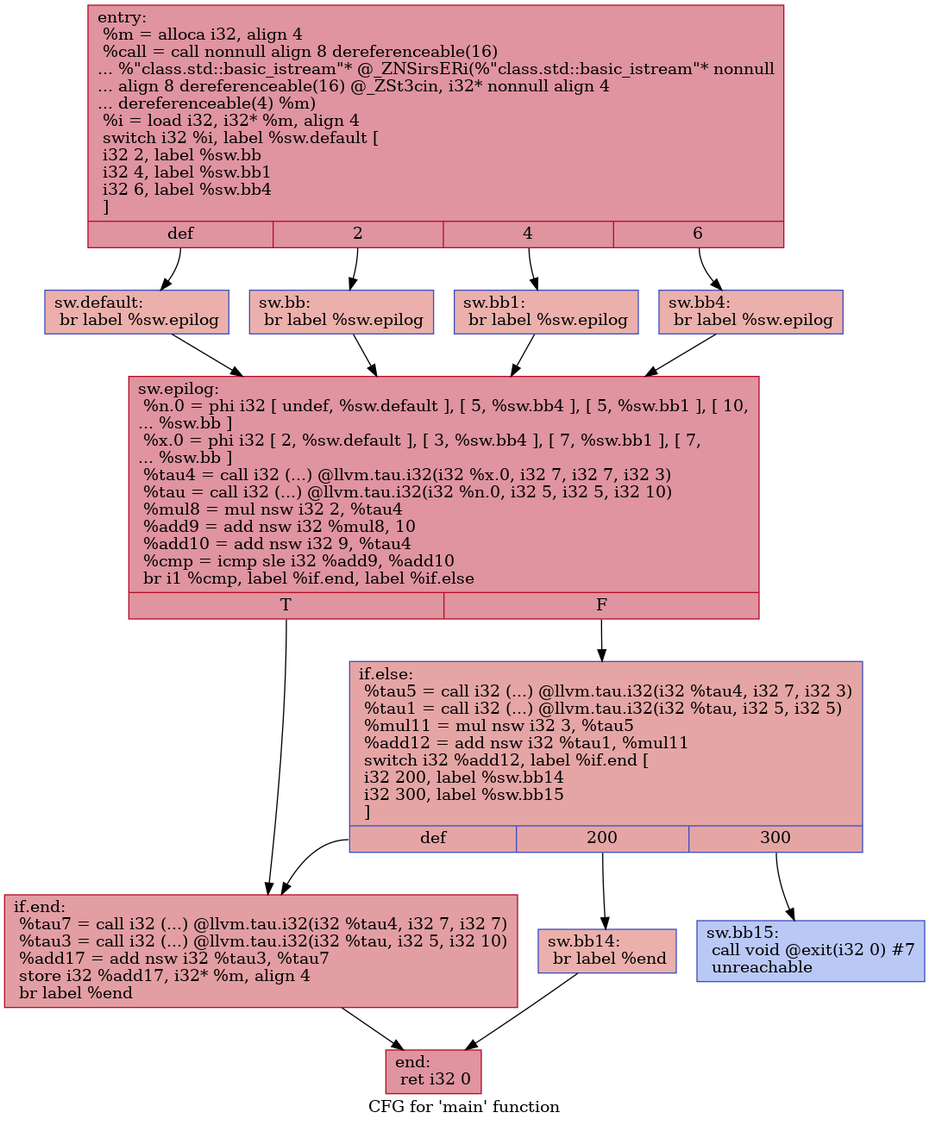
Above: IR/cfg/SCCP_HPSSA.dot.png in HPSSA-LLVM/HPSSA-LLVM (Graphviz), before the change. Its source is kept beside it as IR/cfg/SCCP_HPSSA.dot.
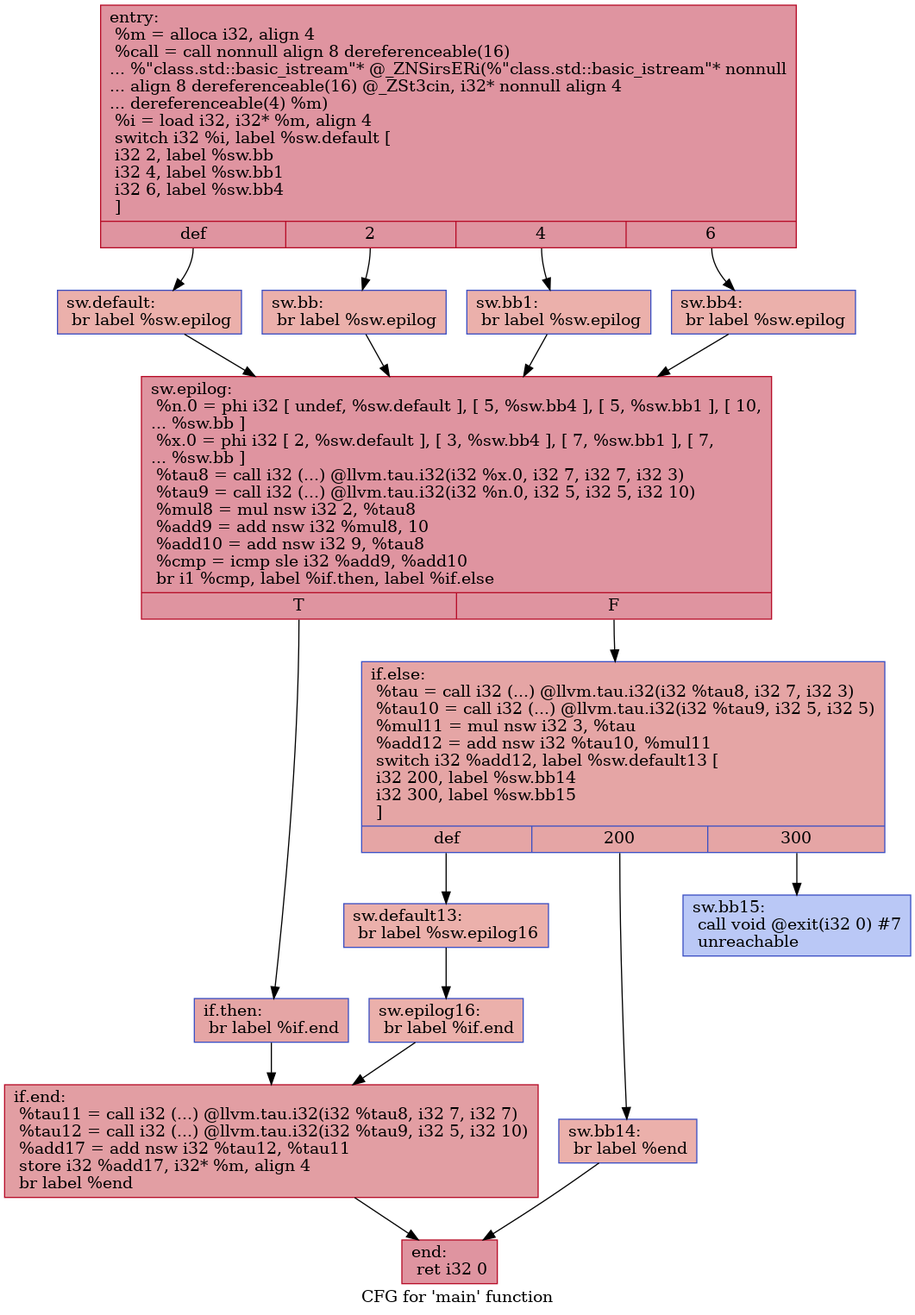
After the commit.

Change to the diagram source:
```diff
@@ -1,30 +1,36 @@
 digraph "CFG for 'main' function" {
 	label="CFG for 'main' function";
 
-	Node0x55a3ec0d60c0 [shape=record,color="#b70d28ff", style=filled, fillcolor="#b70d2870",label="{entry:\l  %m = alloca i32, align 4\l  %call = call nonnull align 8 dereferenceable(16)\l... %\"class.std::basic_istream\"* @_ZNSirsERi(%\"class.std::basic_istream\"* nonnull\l... align 8 dereferenceable(16) @_ZSt3cin, i32* nonnull align 4\l... dereferenceable(4) %m)\l  %i = load i32, i32* %m, align 4\l  switch i32 %i, label %sw.default [\l    i32 2, label %sw.bb\l    i32 4, label %sw.bb1\l    i32 6, label %sw.bb4\l  ]\l|{<s0>def|<s1>2|<s2>4|<s3>6}}"];
-	Node0x55a3ec0d60c0:s0 -> Node0x55a3ec0d6500;
-	Node0x55a3ec0d60c0:s1 -> Node0x55a3ec0d6610;
-	Node0x55a3ec0d60c0:s2 -> Node0x55a3ec0d6710;
-	Node0x55a3ec0d60c0:s3 -> Node0x55a3ec0d6810;
-	Node0x55a3ec0d6610 [shape=record,color="#3d50c3ff", style=filled, fillcolor="#d24b4070",label="{sw.bb:                                            \l  br label %sw.epilog\l}"];
-	Node0x55a3ec0d6610 -> Node0x55a3ec0d6930;
-	Node0x55a3ec0d6710 [shape=record,color="#3d50c3ff", style=filled, fillcolor="#d24b4070",label="{sw.bb1:                                           \l  br label %sw.epilog\l}"];
-	Node0x55a3ec0d6710 -> Node0x55a3ec0d6930;
-	Node0x55a3ec0d6810 [shape=record,color="#3d50c3ff", style=filled, fillcolor="#d24b4070",label="{sw.bb4:                                           \l  br label %sw.epilog\l}"];
-	Node0x55a3ec0d6810 -> Node0x55a3ec0d6930;
-	Node0x55a3ec0d6500 [shape=record,color="#3d50c3ff", style=filled, fillcolor="#d24b4070",label="{sw.default:                                       \l  br label %sw.epilog\l}"];
-	Node0x55a3ec0d6500 -> Node0x55a3ec0d6930;
-	Node0x55a3ec0d6930 [shape=record,color="#b70d28ff", style=filled, fillcolor="#b70d2870",label="{sw.epilog:                                        \l  %n.0 = phi i32 [ undef, %sw.default ], [ 5, %sw.bb4 ], [ 5, %sw.bb1 ], [ 10,\l... %sw.bb ]\l  %x.0 = phi i32 [ 2, %sw.default ], [ 3, %sw.bb4 ], [ 7, %sw.bb1 ], [ 7,\l... %sw.bb ]\l  %tau4 = call i32 (...) @llvm.tau.i32(i32 %x.0, i32 7, i32 7, i32 3)\l  %tau = call i32 (...) @llvm.tau.i32(i32 %n.0, i32 5, i32 5, i32 10)\l  %mul8 = mul nsw i32 2, %tau4\l  %add9 = add nsw i32 %mul8, 10\l  %add10 = add nsw i32 9, %tau4\l  %cmp = icmp sle i32 %add9, %add10\l  br i1 %cmp, label %if.end, label %if.else\l|{<s0>T|<s1>F}}"];
-	Node0x55a3ec0d6930:s0 -> Node0x55a3ec0d7ad0;
-	Node0x55a3ec0d6930:s1 -> Node0x55a3ec0d7b40;
-	Node0x55a3ec0d7b40 [shape=record,color="#3d50c3ff", style=filled, fillcolor="#c5333470",label="{if.else:                                          \l  %tau5 = call i32 (...) @llvm.tau.i32(i32 %tau4, i32 7, i32 3)\l  %tau1 = call i32 (...) @llvm.tau.i32(i32 %tau, i32 5, i32 5)\l  %mul11 = mul nsw i32 3, %tau5\l  %add12 = add nsw i32 %tau1, %mul11\l  switch i32 %add12, label %if.end [\l    i32 200, label %sw.bb14\l    i32 300, label %sw.bb15\l  ]\l|{<s0>def|<s1>200|<s2>300}}"];
-	Node0x55a3ec0d7b40:s0 -> Node0x55a3ec0d7ad0;
-	Node0x55a3ec0d7b40:s1 -> Node0x55a3ec0d7ed0;
-	Node0x55a3ec0d7b40:s2 -> Node0x55a3ec0d7f70;
-	Node0x55a3ec0d7ed0 [shape=record,color="#3d50c3ff", style=filled, fillcolor="#d24b4070",label="{sw.bb14:                                          \l  br label %end\l}"];
-	Node0x55a3ec0d7ed0 -> Node0x55a3ec0d8420;
-	Node0x55a3ec0d7f70 [shape=record,color="#3d50c3ff", style=filled, fillcolor="#6282ea70",label="{sw.bb15:                                          \l  call void @exit(i32 0) #7\l  unreachable\l}"];
-	Node0x55a3ec0d7ad0 [shape=record,color="#b70d28ff", style=filled, fillcolor="#be242e70",label="{if.end:                                           \l  %tau7 = call i32 (...) @llvm.tau.i32(i32 %tau4, i32 7, i32 7)\l  %tau3 = call i32 (...) @llvm.tau.i32(i32 %tau, i32 5, i32 10)\l  %add17 = add nsw i32 %tau3, %tau7\l  store i32 %add17, i32* %m, align 4\l  br label %end\l}"];
-	Node0x55a3ec0d7ad0 -> Node0x55a3ec0d8420;
-	Node0x55a3ec0d8420 [shape=record,color="#b70d28ff", style=filled, fillcolor="#b70d2870",label="{end:                                              \l  ret i32 0\l}"];
+	Node0x55b47788f1c0 [shape=record,color="#b70d28ff", style=filled, fillcolor="#b70d2870",label="{entry:\l  %m = alloca i32, align 4\l  %call = call nonnull align 8 dereferenceable(16)\l... %\"class.std::basic_istream\"* @_ZNSirsERi(%\"class.std::basic_istream\"* nonnull\l... align 8 dereferenceable(16) @_ZSt3cin, i32* nonnull align 4\l... dereferenceable(4) %m)\l  %i = load i32, i32* %m, align 4\l  switch i32 %i, label %sw.default [\l    i32 2, label %sw.bb\l    i32 4, label %sw.bb1\l    i32 6, label %sw.bb4\l  ]\l|{<s0>def|<s1>2|<s2>4|<s3>6}}"];
+	Node0x55b47788f1c0:s0 -> Node0x55b47788f600;
+	Node0x55b47788f1c0:s1 -> Node0x55b47788f710;
+	Node0x55b47788f1c0:s2 -> Node0x55b47788f810;
+	Node0x55b47788f1c0:s3 -> Node0x55b47788f910;
+	Node0x55b47788f710 [shape=record,color="#3d50c3ff", style=filled, fillcolor="#d24b4070",label="{sw.bb:                                            \l  br label %sw.epilog\l}"];
+	Node0x55b47788f710 -> Node0x55b47788fa30;
+	Node0x55b47788f810 [shape=record,color="#3d50c3ff", style=filled, fillcolor="#d24b4070",label="{sw.bb1:                                           \l  br label %sw.epilog\l}"];
+	Node0x55b47788f810 -> Node0x55b47788fa30;
+	Node0x55b47788f910 [shape=record,color="#3d50c3ff", style=filled, fillcolor="#d24b4070",label="{sw.bb4:                                           \l  br label %sw.epilog\l}"];
+	Node0x55b47788f910 -> Node0x55b47788fa30;
+	Node0x55b47788f600 [shape=record,color="#3d50c3ff", style=filled, fillcolor="#d24b4070",label="{sw.default:                                       \l  br label %sw.epilog\l}"];
+	Node0x55b47788f600 -> Node0x55b47788fa30;
+	Node0x55b47788fa30 [shape=record,color="#b70d28ff", style=filled, fillcolor="#b70d2870",label="{sw.epilog:                                        \l  %n.0 = phi i32 [ undef, %sw.default ], [ 5, %sw.bb4 ], [ 5, %sw.bb1 ], [ 10,\l... %sw.bb ]\l  %x.0 = phi i32 [ 2, %sw.default ], [ 3, %sw.bb4 ], [ 7, %sw.bb1 ], [ 7,\l... %sw.bb ]\l  %tau8 = call i32 (...) @llvm.tau.i32(i32 %x.0, i32 7, i32 7, i32 3)\l  %tau9 = call i32 (...) @llvm.tau.i32(i32 %n.0, i32 5, i32 5, i32 10)\l  %mul8 = mul nsw i32 2, %tau8\l  %add9 = add nsw i32 %mul8, 10\l  %add10 = add nsw i32 9, %tau8\l  %cmp = icmp sle i32 %add9, %add10\l  br i1 %cmp, label %if.then, label %if.else\l|{<s0>T|<s1>F}}"];
+	Node0x55b47788fa30:s0 -> Node0x55b477890bd0;
+	Node0x55b47788fa30:s1 -> Node0x55b477890c40;
+	Node0x55b477890bd0 [shape=record,color="#3d50c3ff", style=filled, fillcolor="#c5333470",label="{if.then:                                          \l  br label %if.end\l}"];
+	Node0x55b477890bd0 -> Node0x55b477890d60;
+	Node0x55b477890c40 [shape=record,color="#3d50c3ff", style=filled, fillcolor="#c5333470",label="{if.else:                                          \l  %tau = call i32 (...) @llvm.tau.i32(i32 %tau8, i32 7, i32 3)\l  %tau10 = call i32 (...) @llvm.tau.i32(i32 %tau9, i32 5, i32 5)\l  %mul11 = mul nsw i32 3, %tau\l  %add12 = add nsw i32 %tau10, %mul11\l  switch i32 %add12, label %sw.default13 [\l    i32 200, label %sw.bb14\l    i32 300, label %sw.bb15\l  ]\l|{<s0>def|<s1>200|<s2>300}}"];
+	Node0x55b477890c40:s0 -> Node0x55b477891080;
+	Node0x55b477890c40:s1 -> Node0x55b477891450;
+	Node0x55b477890c40:s2 -> Node0x55b4778914f0;
+	Node0x55b477891080 [shape=record,color="#3d50c3ff", style=filled, fillcolor="#d24b4070",label="{sw.default13:                                     \l  br label %sw.epilog16\l}"];
+	Node0x55b477891080 -> Node0x55b4778916e0;
+	Node0x55b477891450 [shape=record,color="#3d50c3ff", style=filled, fillcolor="#d24b4070",label="{sw.bb14:                                          \l  br label %end\l}"];
+	Node0x55b477891450 -> Node0x55b4778917d0;
+	Node0x55b4778914f0 [shape=record,color="#3d50c3ff", style=filled, fillcolor="#6282ea70",label="{sw.bb15:                                          \l  call void @exit(i32 0) #7\l  unreachable\l}"];
+	Node0x55b4778916e0 [shape=record,color="#3d50c3ff", style=filled, fillcolor="#d24b4070",label="{sw.epilog16:                                      \l  br label %if.end\l}"];
+	Node0x55b4778916e0 -> Node0x55b477890d60;
+	Node0x55b477890d60 [shape=record,color="#b70d28ff", style=filled, fillcolor="#be242e70",label="{if.end:                                           \l  %tau11 = call i32 (...) @llvm.tau.i32(i32 %tau8, i32 7, i32 7)\l  %tau12 = call i32 (...) @llvm.tau.i32(i32 %tau9, i32 5, i32 10)\l  %add17 = add nsw i32 %tau12, %tau11\l  store i32 %add17, i32* %m, align 4\l  br label %end\l}"];
+	Node0x55b477890d60 -> Node0x55b4778917d0;
+	Node0x55b4778917d0 [shape=record,color="#b70d28ff", style=filled, fillcolor="#b70d2870",label="{end:                                              \l  ret i32 0\l}"];
 }
```
